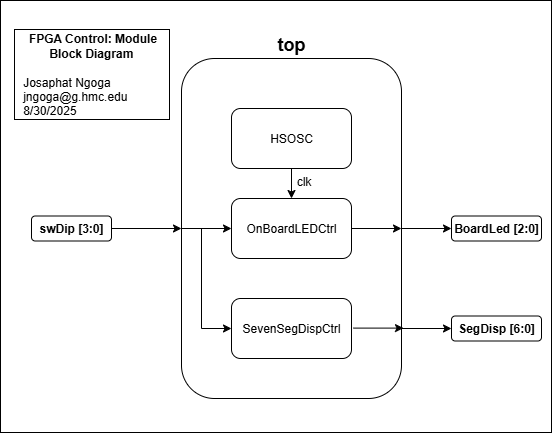
Earlier version of the draw.io export labs/lab1/images/lab1BlockDiagram.png (Rex-Josaphat/E155-Portfolio). Source tidied: cells renumbered, new cells last; positions are measured from the earlier drawing's top-left corner, leaving out a move shared by most shapes. Its diagram source:
```xml
<mxGraphModel background="light-dark(#FFFFFF,#FFFFFF)">
  <root>
    <mxCell id="0" />
    <mxCell id="1" parent="0" />
    <mxCell id="2" style="rounded=1;whiteSpace=wrap;html=1;rotation=-90;fillColor=none;strokeColor=light-dark(#000000,#000000);" parent="1" vertex="1">
      <mxGeometry x="121" y="118" width="340" height="220" as="geometry" />
    </mxCell>
    <mxCell id="3" value="&lt;h2&gt;&lt;font style=&quot;color: light-dark(rgb(0, 0, 0), rgb(0, 0, 0));&quot; face=&quot;Helvetica&quot;&gt;top&lt;/font&gt;&lt;/h2&gt;" style="text;html=1;align=center;verticalAlign=middle;whiteSpace=wrap;rounded=0;" parent="1" vertex="1">
      <mxGeometry x="261" y="29" width="60" height="30" as="geometry" />
    </mxCell>
    <mxCell id="4" value="&lt;h4&gt;&lt;font style=&quot;color: light-dark(rgb(0, 0, 0), rgb(0, 0, 0));&quot;&gt;swDip [3:0]&lt;/font&gt;&lt;/h4&gt;" style="rounded=1;whiteSpace=wrap;html=1;fillColor=none;strokeColor=light-dark(#000000,#000000);" parent="1" vertex="1">
      <mxGeometry x="31" y="215.5" width="80" height="25" as="geometry" />
    </mxCell>
    <mxCell id="5" style="endArrow=classic;html=1;rounded=0;exitX=1;exitY=0.5;exitDx=0;exitDy=0;strokeColor=light-dark(#000000,#000000);" parent="1" edge="1" source="4">
      <mxGeometry relative="1" as="geometry">
        <mxPoint x="181" y="228" as="targetPoint" />
      </mxGeometry>
    </mxCell>
    <mxCell id="6" value="&lt;font style=&quot;color: light-dark(rgb(0, 0, 0), rgb(0, 0, 0));&quot;&gt;HSOSC&lt;/font&gt;" style="rounded=1;whiteSpace=wrap;html=1;fillColor=none;strokeColor=light-dark(#000000,#000000);" parent="1" vertex="1">
      <mxGeometry x="231" y="108" width="120" height="60" as="geometry" />
    </mxCell>
    <mxCell id="7" value="&lt;font style=&quot;color: light-dark(rgb(0, 0, 0), rgb(0, 0, 0));&quot;&gt;OnBoardLEDCtrl&lt;/font&gt;" style="rounded=1;whiteSpace=wrap;html=1;fillColor=none;strokeColor=light-dark(#000000,#000000);" parent="1" vertex="1">
      <mxGeometry x="231" y="198" width="120" height="60" as="geometry" />
    </mxCell>
    <mxCell id="8" value="&lt;font style=&quot;color: light-dark(rgb(0, 0, 0), rgb(0, 0, 0));&quot;&gt;SevenSegDispCtrl&lt;/font&gt;" style="rounded=1;whiteSpace=wrap;html=1;fillColor=none;strokeColor=light-dark(#000000,#000000);" parent="1" vertex="1">
      <mxGeometry x="231" y="298" width="120" height="60" as="geometry" />
    </mxCell>
    <mxCell id="9" style="endArrow=classic;html=1;rounded=0;entryX=0;entryY=0.5;entryDx=0;entryDy=0;strokeColor=light-dark(#000000,#000000);" parent="1" edge="1" target="7">
      <mxGeometry relative="1" as="geometry">
        <mxPoint x="181" y="228" as="sourcePoint" />
      </mxGeometry>
    </mxCell>
    <mxCell id="10" style="endArrow=classic;html=1;rounded=0;exitX=0.5;exitY=1;exitDx=0;exitDy=0;entryX=0;entryY=0.5;entryDx=0;entryDy=0;strokeColor=light-dark(#000000,#000000);" parent="1" edge="1" source="2" target="15">
      <mxGeometry relative="1" as="geometry" />
    </mxCell>
    <mxCell id="11" style="endArrow=none;html=1;rounded=0;strokeColor=light-dark(#000000,#000000);" parent="1" edge="1">
      <mxGeometry relative="1" as="geometry">
        <mxPoint x="201" y="228" as="sourcePoint" />
        <mxPoint x="201" y="328" as="targetPoint" />
      </mxGeometry>
    </mxCell>
    <mxCell id="12" style="endArrow=classic;html=1;rounded=0;strokeColor=light-dark(#000000,#000000);" parent="1" edge="1" target="8">
      <mxGeometry relative="1" as="geometry">
        <mxPoint x="201" y="328" as="sourcePoint" />
      </mxGeometry>
    </mxCell>
    <mxCell id="13" style="endArrow=classic;html=1;rounded=0;exitX=0.5;exitY=1;exitDx=0;exitDy=0;entryX=0.5;entryY=0;entryDx=0;entryDy=0;strokeColor=light-dark(#000000,#000000);" parent="1" edge="1" source="6" target="7">
      <mxGeometry relative="1" as="geometry" />
    </mxCell>
    <mxCell id="14" value="&lt;font style=&quot;color: light-dark(rgb(0, 0, 0), rgb(0, 0, 0));&quot;&gt;clk&lt;/font&gt;" style="text;html=1;align=center;verticalAlign=middle;whiteSpace=wrap;rounded=0;" parent="1" vertex="1">
      <mxGeometry x="291" y="178" width="25" height="5" as="geometry" />
    </mxCell>
    <mxCell id="15" value="&lt;h4&gt;&lt;font style=&quot;color: light-dark(rgb(0, 0, 0), rgb(0, 0, 0));&quot;&gt;BoardLed&amp;nbsp;[2:0]&lt;/font&gt;&lt;/h4&gt;" style="rounded=1;whiteSpace=wrap;html=1;fillColor=none;strokeColor=light-dark(#000000,#000000);" parent="1" vertex="1">
      <mxGeometry x="451" y="215.5" width="90" height="25" as="geometry" />
    </mxCell>
    <mxCell id="16" style="endArrow=classic;html=1;rounded=0;entryX=0;entryY=0.5;entryDx=0;entryDy=0;strokeColor=light-dark(#000000,#000000);" parent="1" edge="1" target="17">
      <mxGeometry relative="1" as="geometry">
        <mxPoint x="401" y="328" as="sourcePoint" />
      </mxGeometry>
    </mxCell>
    <mxCell id="17" value="&lt;h4&gt;&lt;font style=&quot;color: light-dark(rgb(0, 0, 0), rgb(0, 0, 0));&quot;&gt;SegDisp [6:0]&lt;/font&gt;&lt;/h4&gt;" style="rounded=1;whiteSpace=wrap;html=1;fillColor=none;strokeColor=light-dark(#000000,#000000);" parent="1" vertex="1">
      <mxGeometry x="451" y="315.5" width="90" height="25" as="geometry" />
    </mxCell>
    <mxCell id="18" style="endArrow=classic;html=1;rounded=0;strokeColor=light-dark(#000000,#000000);entryX=0.5;entryY=1;entryDx=0;entryDy=0;exitX=1;exitY=0.5;exitDx=0;exitDy=0;" parent="1" edge="1" source="7" target="2">
      <mxGeometry relative="1" as="geometry" />
    </mxCell>
    <mxCell id="19" style="rounded=0;whiteSpace=wrap;html=1;strokeColor=light-dark(#000000,#FFFFFF);fillColor=none;" parent="1" vertex="1">
      <mxGeometry width="551" height="432" as="geometry" />
    </mxCell>
    <mxCell id="20" style="endArrow=classic;html=1;rounded=0;strokeColor=light-dark(#000000,#000000);entryX=0.5;entryY=1;entryDx=0;entryDy=0;exitX=1;exitY=0.5;exitDx=0;exitDy=0;" parent="1" edge="1">
      <mxGeometry relative="1" as="geometry">
        <mxPoint x="353" y="327.6" as="sourcePoint" />
        <mxPoint x="403" y="327.6" as="targetPoint" />
      </mxGeometry>
    </mxCell>
    <mxCell id="21" value="&lt;div style=&quot;text-align: center;&quot;&gt;&lt;span style=&quot;color: light-dark(rgb(0, 0, 0), rgb(0, 0, 0)); background-color: transparent;&quot;&gt;&lt;b&gt;FPGA Control: Module Block Diagram&lt;/b&gt;&amp;nbsp;&lt;/span&gt;&lt;/div&gt;&lt;div style=&quot;text-align: center;&quot;&gt;&lt;span style=&quot;color: light-dark(rgb(0, 0, 0), rgb(0, 0, 0)); background-color: transparent;&quot;&gt;&lt;br&gt;&lt;/span&gt;&lt;/div&gt;&lt;div&gt;&lt;font style=&quot;color: light-dark(rgb(0, 0, 0), rgb(0, 0, 0));&quot;&gt;&amp;nbsp; Josaphat Ngoga&lt;/font&gt;&lt;div&gt;&lt;font style=&quot;color: light-dark(rgb(0, 0, 0), rgb(0, 0, 0));&quot;&gt;&amp;nbsp; jngoga@g.hmc.edu&lt;/font&gt;&lt;/div&gt;&lt;div&gt;&lt;font style=&quot;color: light-dark(rgb(0, 0, 0), rgb(0, 0, 0));&quot;&gt;&amp;nbsp; 8/30/2025&lt;/font&gt;&lt;/div&gt;&lt;/div&gt;" style="rounded=0;whiteSpace=wrap;html=1;align=left;fillColor=none;strokeColor=light-dark(#000000,#000000);" parent="1" vertex="1">
      <mxGeometry x="14" y="29" width="155" height="90" as="geometry" />
    </mxCell>
  </root>
</mxGraphModel>
```
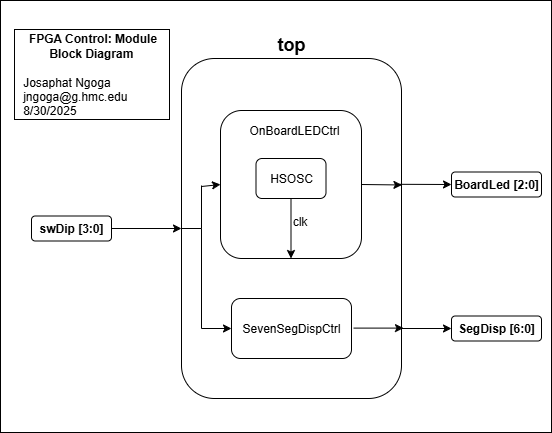
Later version of the same file.

Commit message:
Finished full report template

The edit, as a diff of the source:
```diff
@@ -2,6 +2,9 @@
   <root>
     <mxCell id="0" />
     <mxCell id="1" parent="0" />
+    <mxCell id="19" style="rounded=0;whiteSpace=wrap;html=1;strokeColor=light-dark(#000000,#FFFFFF);fillColor=none;" parent="1" vertex="1">
+      <mxGeometry width="551" height="432" as="geometry" />
+    </mxCell>
     <mxCell id="2" style="rounded=1;whiteSpace=wrap;html=1;rotation=-90;fillColor=none;strokeColor=light-dark(#000000,#000000);" parent="1" vertex="1">
       <mxGeometry x="121" y="118" width="340" height="220" as="geometry" />
     </mxCell>
@@ -16,21 +19,16 @@
         <mxPoint x="181" y="228" as="targetPoint" />
       </mxGeometry>
     </mxCell>
+    <mxCell id="7" style="rounded=1;whiteSpace=wrap;html=1;fillColor=none;strokeColor=light-dark(#000000,#000000);" parent="1" vertex="1">
+      <mxGeometry x="220" y="110" width="141" height="148" as="geometry" />
+    </mxCell>
     <mxCell id="6" value="&lt;font style=&quot;color: light-dark(rgb(0, 0, 0), rgb(0, 0, 0));&quot;&gt;HSOSC&lt;/font&gt;" style="rounded=1;whiteSpace=wrap;html=1;fillColor=none;strokeColor=light-dark(#000000,#000000);" parent="1" vertex="1">
-      <mxGeometry x="231" y="108" width="120" height="60" as="geometry" />
+      <mxGeometry x="255.5" y="158" width="70" height="40" as="geometry" />
     </mxCell>
-    <mxCell id="7" value="&lt;font style=&quot;color: light-dark(rgb(0, 0, 0), rgb(0, 0, 0));&quot;&gt;OnBoardLEDCtrl&lt;/font&gt;" style="rounded=1;whiteSpace=wrap;html=1;fillColor=none;strokeColor=light-dark(#000000,#000000);" parent="1" vertex="1">
-      <mxGeometry x="231" y="198" width="120" height="60" as="geometry" />
-    </mxCell>
     <mxCell id="8" value="&lt;font style=&quot;color: light-dark(rgb(0, 0, 0), rgb(0, 0, 0));&quot;&gt;SevenSegDispCtrl&lt;/font&gt;" style="rounded=1;whiteSpace=wrap;html=1;fillColor=none;strokeColor=light-dark(#000000,#000000);" parent="1" vertex="1">
       <mxGeometry x="231" y="298" width="120" height="60" as="geometry" />
     </mxCell>
-    <mxCell id="9" style="endArrow=classic;html=1;rounded=0;entryX=0;entryY=0.5;entryDx=0;entryDy=0;strokeColor=light-dark(#000000,#000000);" parent="1" edge="1" target="7">
-      <mxGeometry relative="1" as="geometry">
-        <mxPoint x="181" y="228" as="sourcePoint" />
-      </mxGeometry>
-    </mxCell>
-    <mxCell id="10" style="endArrow=classic;html=1;rounded=0;exitX=0.5;exitY=1;exitDx=0;exitDy=0;entryX=0;entryY=0.5;entryDx=0;entryDy=0;strokeColor=light-dark(#000000,#000000);" parent="1" edge="1" source="2" target="15">
+    <mxCell id="10" style="endArrow=classic;html=1;rounded=0;exitX=0.63;exitY=0.986;exitDx=0;exitDy=0;entryX=0;entryY=0.5;entryDx=0;entryDy=0;strokeColor=light-dark(#000000,#000000);exitPerimeter=0;" parent="1" edge="1" source="2" target="15">
       <mxGeometry relative="1" as="geometry" />
     </mxCell>
     <mxCell id="11" style="endArrow=none;html=1;rounded=0;strokeColor=light-dark(#000000,#000000);" parent="1" edge="1">
@@ -44,14 +42,11 @@
         <mxPoint x="201" y="328" as="sourcePoint" />
       </mxGeometry>
     </mxCell>
-    <mxCell id="13" style="endArrow=classic;html=1;rounded=0;exitX=0.5;exitY=1;exitDx=0;exitDy=0;entryX=0.5;entryY=0;entryDx=0;entryDy=0;strokeColor=light-dark(#000000,#000000);" parent="1" edge="1" source="6" target="7">
-      <mxGeometry relative="1" as="geometry" />
-    </mxCell>
     <mxCell id="14" value="&lt;font style=&quot;color: light-dark(rgb(0, 0, 0), rgb(0, 0, 0));&quot;&gt;clk&lt;/font&gt;" style="text;html=1;align=center;verticalAlign=middle;whiteSpace=wrap;rounded=0;" parent="1" vertex="1">
-      <mxGeometry x="291" y="178" width="25" height="5" as="geometry" />
+      <mxGeometry x="287" y="218" width="25" height="5" as="geometry" />
     </mxCell>
     <mxCell id="15" value="&lt;h4&gt;&lt;font style=&quot;color: light-dark(rgb(0, 0, 0), rgb(0, 0, 0));&quot;&gt;BoardLed&amp;nbsp;[2:0]&lt;/font&gt;&lt;/h4&gt;" style="rounded=1;whiteSpace=wrap;html=1;fillColor=none;strokeColor=light-dark(#000000,#000000);" parent="1" vertex="1">
-      <mxGeometry x="451" y="215.5" width="90" height="25" as="geometry" />
+      <mxGeometry x="451" y="171.5" width="90" height="25" as="geometry" />
     </mxCell>
     <mxCell id="16" style="endArrow=classic;html=1;rounded=0;entryX=0;entryY=0.5;entryDx=0;entryDy=0;strokeColor=light-dark(#000000,#000000);" parent="1" edge="1" target="17">
       <mxGeometry relative="1" as="geometry">
@@ -61,12 +56,9 @@
     <mxCell id="17" value="&lt;h4&gt;&lt;font style=&quot;color: light-dark(rgb(0, 0, 0), rgb(0, 0, 0));&quot;&gt;SegDisp [6:0]&lt;/font&gt;&lt;/h4&gt;" style="rounded=1;whiteSpace=wrap;html=1;fillColor=none;strokeColor=light-dark(#000000,#000000);" parent="1" vertex="1">
       <mxGeometry x="451" y="315.5" width="90" height="25" as="geometry" />
     </mxCell>
-    <mxCell id="18" style="endArrow=classic;html=1;rounded=0;strokeColor=light-dark(#000000,#000000);entryX=0.5;entryY=1;entryDx=0;entryDy=0;exitX=1;exitY=0.5;exitDx=0;exitDy=0;" parent="1" edge="1" source="7" target="2">
+    <mxCell id="18" style="endArrow=classic;html=1;rounded=0;strokeColor=light-dark(#000000,#000000);entryX=0.628;entryY=1.002;entryDx=0;entryDy=0;exitX=1;exitY=0.5;exitDx=0;exitDy=0;entryPerimeter=0;" parent="1" edge="1" source="7" target="2">
       <mxGeometry relative="1" as="geometry" />
     </mxCell>
-    <mxCell id="19" style="rounded=0;whiteSpace=wrap;html=1;strokeColor=light-dark(#000000,#FFFFFF);fillColor=none;" parent="1" vertex="1">
-      <mxGeometry width="551" height="432" as="geometry" />
-    </mxCell>
     <mxCell id="20" style="endArrow=classic;html=1;rounded=0;strokeColor=light-dark(#000000,#000000);entryX=0.5;entryY=1;entryDx=0;entryDy=0;exitX=1;exitY=0.5;exitDx=0;exitDy=0;" parent="1" edge="1">
       <mxGeometry relative="1" as="geometry">
         <mxPoint x="353" y="327.6" as="sourcePoint" />
@@ -76,5 +68,27 @@
     <mxCell id="21" value="&lt;div style=&quot;text-align: center;&quot;&gt;&lt;span style=&quot;color: light-dark(rgb(0, 0, 0), rgb(0, 0, 0)); background-color: transparent;&quot;&gt;&lt;b&gt;FPGA Control: Module Block Diagram&lt;/b&gt;&amp;nbsp;&lt;/span&gt;&lt;/div&gt;&lt;div style=&quot;text-align: center;&quot;&gt;&lt;span style=&quot;color: light-dark(rgb(0, 0, 0), rgb(0, 0, 0)); background-color: transparent;&quot;&gt;&lt;br&gt;&lt;/span&gt;&lt;/div&gt;&lt;div&gt;&lt;font style=&quot;color: light-dark(rgb(0, 0, 0), rgb(0, 0, 0));&quot;&gt;&amp;nbsp; Josaphat Ngoga&lt;/font&gt;&lt;div&gt;&lt;font style=&quot;color: light-dark(rgb(0, 0, 0), rgb(0, 0, 0));&quot;&gt;&amp;nbsp; jngoga@g.hmc.edu&lt;/font&gt;&lt;/div&gt;&lt;div&gt;&lt;font style=&quot;color: light-dark(rgb(0, 0, 0), rgb(0, 0, 0));&quot;&gt;&amp;nbsp; 8/30/2025&lt;/font&gt;&lt;/div&gt;&lt;/div&gt;" style="rounded=0;whiteSpace=wrap;html=1;align=left;fillColor=none;strokeColor=light-dark(#000000,#000000);" parent="1" vertex="1">
       <mxGeometry x="14" y="29" width="155" height="90" as="geometry" />
     </mxCell>
+    <mxCell id="22" value="&lt;font style=&quot;color: light-dark(rgb(0, 0, 0), rgb(0, 0, 0));&quot;&gt;OnBoardLEDCtrl&lt;/font&gt;" style="text;html=1;align=center;verticalAlign=middle;whiteSpace=wrap;rounded=0;" parent="1" vertex="1">
+      <mxGeometry x="264" y="115" width="60" height="30" as="geometry" />
+    </mxCell>
+    <mxCell id="13" style="endArrow=classic;html=1;rounded=0;exitX=0.5;exitY=1;exitDx=0;exitDy=0;entryX=0.5;entryY=1;entryDx=0;entryDy=0;strokeColor=light-dark(#000000,#000000);" parent="1" edge="1" source="6" target="7">
+      <mxGeometry relative="1" as="geometry" />
+    </mxCell>
+    <mxCell id="23" style="endArrow=none;html=1;rounded=0;strokeColor=light-dark(#000000,#000000);exitX=0.5;exitY=0;exitDx=0;exitDy=0;" parent="1" edge="1" source="2">
+      <mxGeometry relative="1" as="geometry">
+        <mxPoint x="201" y="228" as="targetPoint" />
+      </mxGeometry>
+    </mxCell>
+    <mxCell id="24" style="endArrow=classic;html=1;rounded=0;strokeColor=light-dark(#000000,#000000);entryX=0;entryY=0.5;entryDx=0;entryDy=0;" parent="1" edge="1" target="7">
+      <mxGeometry relative="1" as="geometry">
+        <mxPoint x="201" y="186" as="sourcePoint" />
+      </mxGeometry>
+    </mxCell>
+    <mxCell id="25" style="endArrow=none;html=1;rounded=0;strokeColor=light-dark(#000000,#000000);" parent="1" edge="1">
+      <mxGeometry relative="1" as="geometry">
+        <mxPoint x="201" y="185" as="sourcePoint" />
+        <mxPoint x="201" y="228" as="targetPoint" />
+      </mxGeometry>
+    </mxCell>
   </root>
 </mxGraphModel>
```
